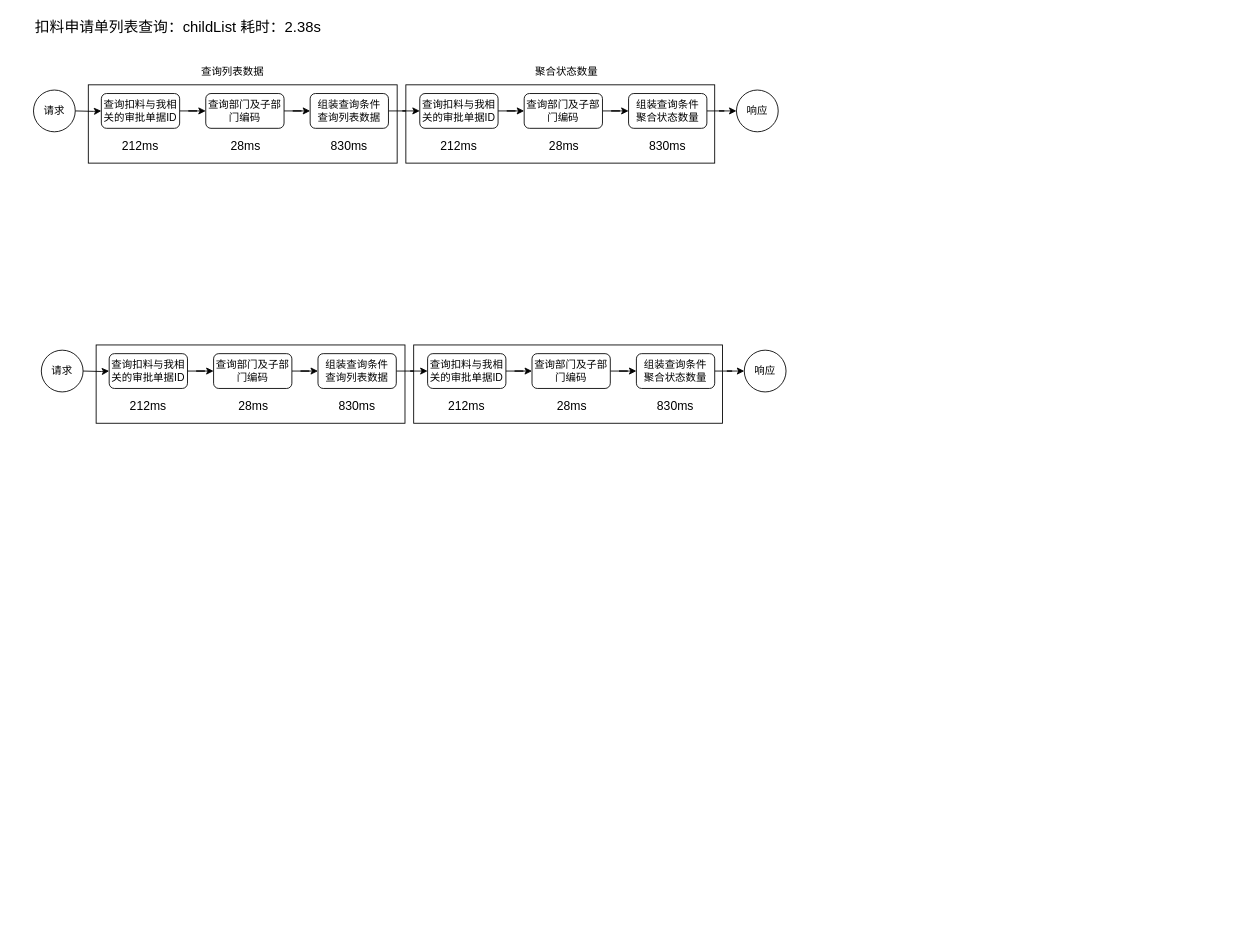
S0Louis/drowio keeps this draw.io diagram as SRM轻单据性能优化.drawio. Above is the earlier version. Source tidied: cells renumbered, new cells numbered last; positions are measured from the earlier drawing's top-left corner, leaving out a move shared by most shapes. Both pictures are drawn from the tidied source at 87%, with x=0, y=0 at pixel (33, 15).
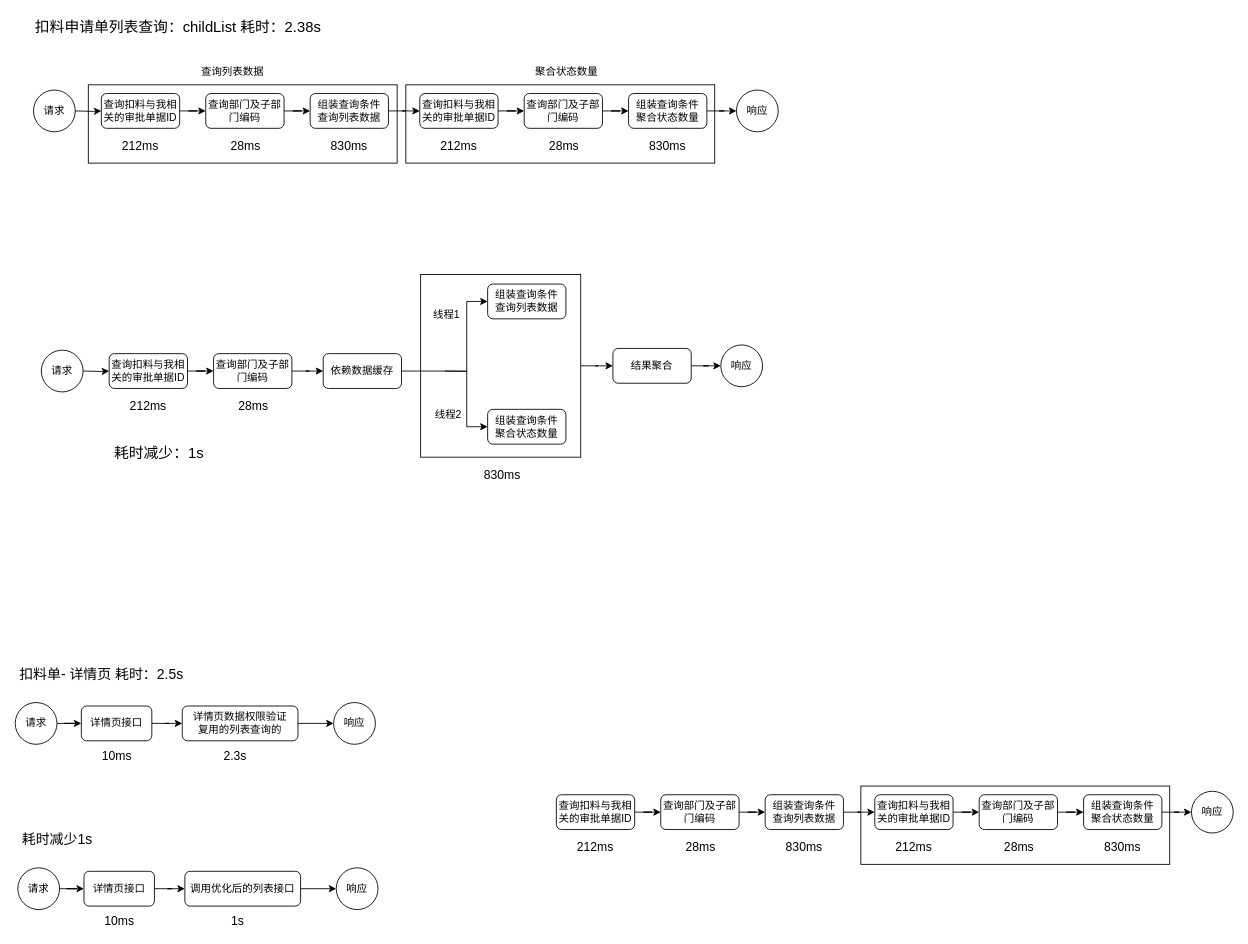
The same diagram, later.

Commit message (it also covers changes not shown here):
更新SRM轻单据性能优化.drawio

Unchanged cells that the change refers to:
```xml
<mxCell id="33" value="查询部门及子部门编码" style="rounded=1;whiteSpace=wrap;html=1;" parent="1" vertex="1">
  <mxGeometry x="207" y="389" width="90" height="40" as="geometry" />
</mxCell>
```

The edit, as a diff of the source:
```diff
@@
+    <mxCell id="51" style="edgeStyle=orthogonalEdgeStyle;rounded=0;jettySize=auto;html=1;entryX=0;entryY=0.5;entryDx=0;entryDy=0;" parent="1" edge="1" source="27" target="45">
+      <mxGeometry relative="1" as="geometry" />
+    </mxCell>
     <mxCell id="27" style="rounded=0;whiteSpace=wrap;html=1;fillColor=none;" parent="1" vertex="1">
-      <mxGeometry x="437" y="379" width="355" height="90" as="geometry" />
+      <mxGeometry x="445" y="298" width="184" height="210" as="geometry" />
     </mxCell>
@@
-    <mxCell id="32" style="edgeStyle=orthogonalEdgeStyle;rounded=0;jettySize=auto;html=1;" parent="1" edge="1" source="33" target="36">
-      <mxGeometry relative="1" as="geometry" />
-    </mxCell>
+    <mxCell id="52" style="edgeStyle=orthogonalEdgeStyle;rounded=0;jettySize=auto;html=1;" parent="1" edge="1" source="33" target="54">
+      <mxGeometry relative="1" as="geometry" />
+    </mxCell>
@@
-    <mxCell id="35" style="edgeStyle=orthogonalEdgeStyle;rounded=0;jettySize=auto;html=1;entryX=0;entryY=0.5;entryDx=0;entryDy=0;" parent="1" edge="1" source="36" target="39">
-      <mxGeometry relative="1" as="geometry" />
-    </mxCell>
-    <mxCell id="36" value="组装查询条件&lt;br&gt;查询列表数据" style="rounded=1;whiteSpace=wrap;html=1;" parent="1" vertex="1">
-      <mxGeometry x="327" y="389" width="90" height="40" as="geometry" />
-    </mxCell>
     <mxCell id="37" value="830ms" style="text;html=1;whiteSpace=wrap;strokeColor=none;fillColor=none;align=center;verticalAlign=middle;rounded=0;fontSize=14;" parent="1" vertex="1">
-      <mxGeometry x="347" y="439" width="50" height="20" as="geometry" />
+      <mxGeometry x="514" y="518" width="50" height="20" as="geometry" />
     </mxCell>
-    <mxCell id="38" style="edgeStyle=orthogonalEdgeStyle;rounded=0;jettySize=auto;html=1;" parent="1" edge="1" source="39" target="42">
-      <mxGeometry relative="1" as="geometry" />
-    </mxCell>
-    <mxCell id="39" value="查询扣料与我相关的审批单据ID" style="rounded=1;whiteSpace=wrap;html=1;" parent="1" vertex="1">
-      <mxGeometry x="453" y="389" width="90" height="40" as="geometry" />
-    </mxCell>
-    <mxCell id="40" value="212ms" style="text;html=1;whiteSpace=wrap;strokeColor=none;fillColor=none;align=center;verticalAlign=middle;rounded=0;fontSize=14;" parent="1" vertex="1">
-      <mxGeometry x="473" y="439" width="50" height="20" as="geometry" />
-    </mxCell>
-    <mxCell id="41" style="edgeStyle=orthogonalEdgeStyle;rounded=0;jettySize=auto;html=1;" parent="1" edge="1" source="42" target="45">
-      <mxGeometry relative="1" as="geometry" />
-    </mxCell>
-    <mxCell id="42" value="查询部门及子部门编码" style="rounded=1;whiteSpace=wrap;html=1;" parent="1" vertex="1">
-      <mxGeometry x="573" y="389" width="90" height="40" as="geometry" />
-    </mxCell>
-    <mxCell id="43" value="28ms" style="text;html=1;whiteSpace=wrap;strokeColor=none;fillColor=none;align=center;verticalAlign=middle;rounded=0;fontSize=14;" parent="1" vertex="1">
-      <mxGeometry x="594" y="439" width="50" height="20" as="geometry" />
-    </mxCell>
@@
-    <mxCell id="45" value="组装查询条件&lt;br&gt;聚合状态数量" style="rounded=1;whiteSpace=wrap;html=1;" parent="1" vertex="1">
-      <mxGeometry x="693" y="389" width="90" height="40" as="geometry" />
+    <mxCell id="45" value="结果聚合" style="rounded=1;whiteSpace=wrap;html=1;" parent="1" vertex="1">
+      <mxGeometry x="666" y="383" width="90" height="40" as="geometry" />
     </mxCell>
-    <mxCell id="46" value="830ms" style="text;html=1;whiteSpace=wrap;strokeColor=none;fillColor=none;align=center;verticalAlign=middle;rounded=0;fontSize=14;" parent="1" vertex="1">
-      <mxGeometry x="713" y="439" width="50" height="20" as="geometry" />
-    </mxCell>
-    <mxCell id="47" style="rounded=0;whiteSpace=wrap;html=1;fillColor=none;" parent="1" vertex="1">
-      <mxGeometry x="72" y="379" width="355" height="90" as="geometry" />
-    </mxCell>
@@
     <mxCell id="49" value="响应" style="ellipse;whiteSpace=wrap;html=1;" parent="1" vertex="1">
-      <mxGeometry x="817" y="385" width="48" height="48" as="geometry" />
+      <mxGeometry x="790" y="379" width="48" height="48" as="geometry" />
     </mxCell>
@@
+    <mxCell id="53" style="edgeStyle=orthogonalEdgeStyle;rounded=0;jettySize=auto;html=1;entryX=0;entryY=0.5;entryDx=0;entryDy=0;" parent="1" edge="1" target="55">
+      <mxGeometry relative="1" as="geometry">
+        <mxPoint x="473" y="409" as="sourcePoint" />
+      </mxGeometry>
+    </mxCell>
+    <mxCell id="54" value="依赖数据缓存" style="rounded=1;whiteSpace=wrap;html=1;" parent="1" vertex="1">
+      <mxGeometry x="333" y="389" width="90" height="40" as="geometry" />
+    </mxCell>
+    <mxCell id="55" value="组装查询条件&lt;br&gt;查询列表数据" style="rounded=1;whiteSpace=wrap;html=1;" parent="1" vertex="1">
+      <mxGeometry x="522" y="309" width="90" height="40" as="geometry" />
+    </mxCell>
+    <mxCell id="56" value="组装查询条件&lt;br&gt;聚合状态数量" style="rounded=1;whiteSpace=wrap;html=1;" parent="1" vertex="1">
+      <mxGeometry x="522" y="453" width="90" height="40" as="geometry" />
+    </mxCell>
+    <mxCell id="57" style="edgeStyle=orthogonalEdgeStyle;rounded=0;jettySize=auto;html=1;entryX=0;entryY=0.5;entryDx=0;entryDy=0;" parent="1" edge="1" source="54" target="56">
+      <mxGeometry relative="1" as="geometry">
+        <Array as="points">
+          <mxPoint x="498" y="409" />
+          <mxPoint x="498" y="473" />
+        </Array>
+      </mxGeometry>
+    </mxCell>
+    <mxCell id="58" value="线程1" style="text;html=1;whiteSpace=wrap;strokeColor=none;fillColor=none;align=center;verticalAlign=middle;rounded=0;" parent="1" vertex="1">
+      <mxGeometry x="445" y="329" width="60" height="30" as="geometry" />
+    </mxCell>
+    <mxCell id="59" value="线程2" style="text;html=1;whiteSpace=wrap;strokeColor=none;fillColor=none;align=center;verticalAlign=middle;rounded=0;" parent="1" vertex="1">
+      <mxGeometry x="447" y="444" width="60" height="30" as="geometry" />
+    </mxCell>
+    <mxCell id="60" value="耗时减少：1s" style="text;html=1;whiteSpace=wrap;strokeColor=none;fillColor=none;align=left;verticalAlign=middle;rounded=0;fontSize=17;" parent="1" vertex="1">
+      <mxGeometry x="91" y="490" width="132" height="30" as="geometry" />
+    </mxCell>
+    <mxCell id="61" style="rounded=0;whiteSpace=wrap;html=1;fillColor=none;" parent="1" vertex="1">
+      <mxGeometry x="951" y="886" width="355" height="90" as="geometry" />
+    </mxCell>
+    <mxCell id="62" style="edgeStyle=orthogonalEdgeStyle;rounded=0;jettySize=auto;html=1;" parent="1" edge="1" source="63" target="66">
+      <mxGeometry relative="1" as="geometry" />
+    </mxCell>
+    <mxCell id="63" value="查询扣料与我相关的审批单据ID" style="rounded=1;whiteSpace=wrap;html=1;" parent="1" vertex="1">
+      <mxGeometry x="601" y="896" width="90" height="40" as="geometry" />
+    </mxCell>
+    <mxCell id="64" value="212ms" style="text;html=1;whiteSpace=wrap;strokeColor=none;fillColor=none;align=center;verticalAlign=middle;rounded=0;fontSize=14;" parent="1" vertex="1">
+      <mxGeometry x="621" y="946" width="50" height="20" as="geometry" />
+    </mxCell>
+    <mxCell id="65" style="edgeStyle=orthogonalEdgeStyle;rounded=0;jettySize=auto;html=1;" parent="1" edge="1" source="66" target="69">
+      <mxGeometry relative="1" as="geometry" />
+    </mxCell>
+    <mxCell id="66" value="查询部门及子部门编码" style="rounded=1;whiteSpace=wrap;html=1;" parent="1" vertex="1">
+      <mxGeometry x="721" y="896" width="90" height="40" as="geometry" />
+    </mxCell>
+    <mxCell id="67" value="28ms" style="text;html=1;whiteSpace=wrap;strokeColor=none;fillColor=none;align=center;verticalAlign=middle;rounded=0;fontSize=14;" parent="1" vertex="1">
+      <mxGeometry x="742" y="946" width="50" height="20" as="geometry" />
+    </mxCell>
+    <mxCell id="68" style="edgeStyle=orthogonalEdgeStyle;rounded=0;jettySize=auto;html=1;entryX=0;entryY=0.5;entryDx=0;entryDy=0;" parent="1" edge="1" source="69" target="72">
+      <mxGeometry relative="1" as="geometry" />
+    </mxCell>
+    <mxCell id="69" value="组装查询条件&lt;br&gt;查询列表数据" style="rounded=1;whiteSpace=wrap;html=1;" parent="1" vertex="1">
+      <mxGeometry x="841" y="896" width="90" height="40" as="geometry" />
+    </mxCell>
+    <mxCell id="70" value="830ms" style="text;html=1;whiteSpace=wrap;strokeColor=none;fillColor=none;align=center;verticalAlign=middle;rounded=0;fontSize=14;" parent="1" vertex="1">
+      <mxGeometry x="861" y="946" width="50" height="20" as="geometry" />
+    </mxCell>
+    <mxCell id="71" style="edgeStyle=orthogonalEdgeStyle;rounded=0;jettySize=auto;html=1;" parent="1" edge="1" source="72" target="75">
+      <mxGeometry relative="1" as="geometry" />
+    </mxCell>
+    <mxCell id="72" value="查询扣料与我相关的审批单据ID" style="rounded=1;whiteSpace=wrap;html=1;" parent="1" vertex="1">
+      <mxGeometry x="967" y="896" width="90" height="40" as="geometry" />
+    </mxCell>
+    <mxCell id="73" value="212ms" style="text;html=1;whiteSpace=wrap;strokeColor=none;fillColor=none;align=center;verticalAlign=middle;rounded=0;fontSize=14;" parent="1" vertex="1">
+      <mxGeometry x="987" y="946" width="50" height="20" as="geometry" />
+    </mxCell>
+    <mxCell id="74" style="edgeStyle=orthogonalEdgeStyle;rounded=0;jettySize=auto;html=1;" parent="1" edge="1" source="75" target="78">
+      <mxGeometry relative="1" as="geometry" />
+    </mxCell>
+    <mxCell id="75" value="查询部门及子部门编码" style="rounded=1;whiteSpace=wrap;html=1;" parent="1" vertex="1">
+      <mxGeometry x="1087" y="896" width="90" height="40" as="geometry" />
+    </mxCell>
+    <mxCell id="76" value="28ms" style="text;html=1;whiteSpace=wrap;strokeColor=none;fillColor=none;align=center;verticalAlign=middle;rounded=0;fontSize=14;" parent="1" vertex="1">
+      <mxGeometry x="1108" y="946" width="50" height="20" as="geometry" />
+    </mxCell>
+    <mxCell id="77" style="edgeStyle=orthogonalEdgeStyle;rounded=0;jettySize=auto;html=1;" parent="1" edge="1" source="78" target="82">
+      <mxGeometry relative="1" as="geometry" />
+    </mxCell>
+    <mxCell id="78" value="组装查询条件&lt;br&gt;聚合状态数量" style="rounded=1;whiteSpace=wrap;html=1;" parent="1" vertex="1">
+      <mxGeometry x="1207" y="896" width="90" height="40" as="geometry" />
+    </mxCell>
+    <mxCell id="79" value="830ms" style="text;html=1;whiteSpace=wrap;strokeColor=none;fillColor=none;align=center;verticalAlign=middle;rounded=0;fontSize=14;" parent="1" vertex="1">
+      <mxGeometry x="1227" y="946" width="50" height="20" as="geometry" />
+    </mxCell>
+    <mxCell id="80" style="edgeStyle=orthogonalEdgeStyle;rounded=0;jettySize=auto;html=1;" parent="1" edge="1" source="81" target="84">
+      <mxGeometry relative="1" as="geometry" />
+    </mxCell>
+    <mxCell id="81" value="请求" style="ellipse;whiteSpace=wrap;html=1;" parent="1" vertex="1">
+      <mxGeometry x="-21" y="790" width="48" height="48" as="geometry" />
+    </mxCell>
+    <mxCell id="82" value="响应" style="ellipse;whiteSpace=wrap;html=1;" parent="1" vertex="1">
+      <mxGeometry x="1331" y="892" width="48" height="48" as="geometry" />
+    </mxCell>
+    <mxCell id="83" style="edgeStyle=orthogonalEdgeStyle;rounded=0;jettySize=auto;html=1;" parent="1" edge="1" source="84" target="88">
+      <mxGeometry relative="1" as="geometry" />
+    </mxCell>
+    <mxCell id="84" value="详情页接口" style="rounded=1;whiteSpace=wrap;html=1;" parent="1" vertex="1">
+      <mxGeometry x="55" y="794" width="81" height="40" as="geometry" />
+    </mxCell>
+    <mxCell id="85" value="10ms" style="text;html=1;whiteSpace=wrap;strokeColor=none;fillColor=none;align=center;verticalAlign=middle;rounded=0;fontSize=14;" parent="1" vertex="1">
+      <mxGeometry x="70.5" y="841" width="50" height="20" as="geometry" />
+    </mxCell>
+    <mxCell id="86" value="扣料单- 详情页 耗时：2.5s" style="text;whiteSpace=wrap;html=1;fontSize=16;" parent="1" vertex="1">
+      <mxGeometry x="-18" y="741" width="215" height="24" as="geometry" />
+    </mxCell>
+    <mxCell id="87" style="edgeStyle=orthogonalEdgeStyle;rounded=0;jettySize=auto;html=1;" parent="1" edge="1" source="88" target="90">
+      <mxGeometry relative="1" as="geometry" />
+    </mxCell>
+    <mxCell id="88" value="详情页数据权限验证&lt;br&gt;复用的列表查询的" style="rounded=1;whiteSpace=wrap;html=1;" parent="1" vertex="1">
+      <mxGeometry x="171" y="794" width="133" height="40" as="geometry" />
+    </mxCell>
+    <mxCell id="89" value="2.3s" style="text;html=1;whiteSpace=wrap;strokeColor=none;fillColor=none;align=center;verticalAlign=middle;rounded=0;fontSize=14;" parent="1" vertex="1">
+      <mxGeometry x="207" y="841" width="50" height="20" as="geometry" />
+    </mxCell>
+    <mxCell id="90" value="响应" style="ellipse;whiteSpace=wrap;html=1;" parent="1" vertex="1">
+      <mxGeometry x="345" y="790" width="48" height="48" as="geometry" />
+    </mxCell>
+    <mxCell id="91" style="edgeStyle=orthogonalEdgeStyle;rounded=0;jettySize=auto;html=1;" parent="1" edge="1" source="92" target="94">
+      <mxGeometry relative="1" as="geometry" />
+    </mxCell>
+    <mxCell id="92" value="请求" style="ellipse;whiteSpace=wrap;html=1;" parent="1" vertex="1">
+      <mxGeometry x="-18" y="980" width="48" height="48" as="geometry" />
+    </mxCell>
+    <mxCell id="93" style="edgeStyle=orthogonalEdgeStyle;rounded=0;jettySize=auto;html=1;" parent="1" edge="1" source="94" target="98">
+      <mxGeometry relative="1" as="geometry" />
+    </mxCell>
+    <mxCell id="94" value="详情页接口" style="rounded=1;whiteSpace=wrap;html=1;" parent="1" vertex="1">
+      <mxGeometry x="58" y="984" width="81" height="40" as="geometry" />
+    </mxCell>
+    <mxCell id="95" value="10ms" style="text;html=1;whiteSpace=wrap;strokeColor=none;fillColor=none;align=center;verticalAlign=middle;rounded=0;fontSize=14;" parent="1" vertex="1">
+      <mxGeometry x="73.5" y="1031" width="50" height="20" as="geometry" />
+    </mxCell>
+    <mxCell id="96" value="耗时减少1s" style="text;whiteSpace=wrap;html=1;fontSize=16;" parent="1" vertex="1">
+      <mxGeometry x="-15" y="931" width="215" height="24" as="geometry" />
+    </mxCell>
+    <mxCell id="97" style="edgeStyle=orthogonalEdgeStyle;rounded=0;jettySize=auto;html=1;" parent="1" edge="1" source="98" target="100">
+      <mxGeometry relative="1" as="geometry" />
+    </mxCell>
+    <mxCell id="98" value="调用优化后的列表接口" style="rounded=1;whiteSpace=wrap;html=1;" parent="1" vertex="1">
+      <mxGeometry x="174" y="984" width="133" height="40" as="geometry" />
+    </mxCell>
+    <mxCell id="99" value="1s" style="text;html=1;whiteSpace=wrap;strokeColor=none;fillColor=none;align=center;verticalAlign=middle;rounded=0;fontSize=14;" parent="1" vertex="1">
+      <mxGeometry x="210" y="1031" width="50" height="20" as="geometry" />
+    </mxCell>
+    <mxCell id="100" value="响应" style="ellipse;whiteSpace=wrap;html=1;" parent="1" vertex="1">
+      <mxGeometry x="348" y="980" width="48" height="48" as="geometry" />
+    </mxCell>
```
